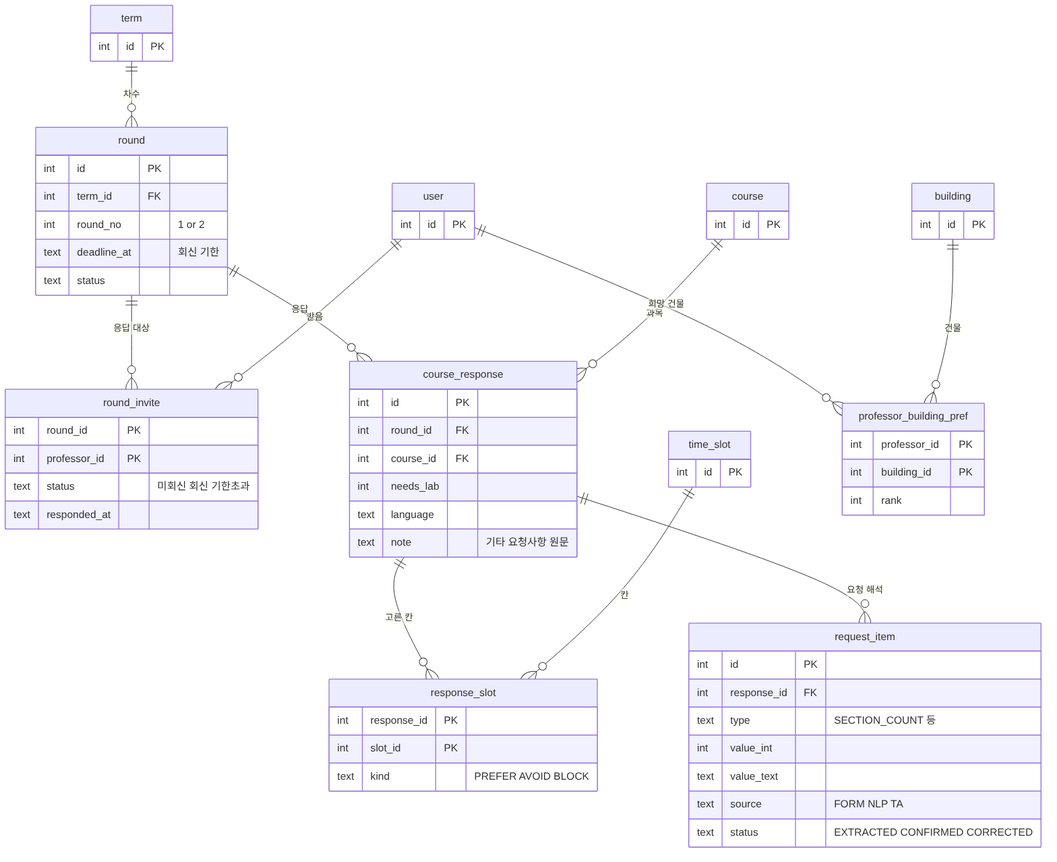
The Mermaid diagram db/docs/c2.png in NLPproject-ssuTeam12/ssu-room, before a commit. Its source is kept beside it as db/docs/c2.mmd.
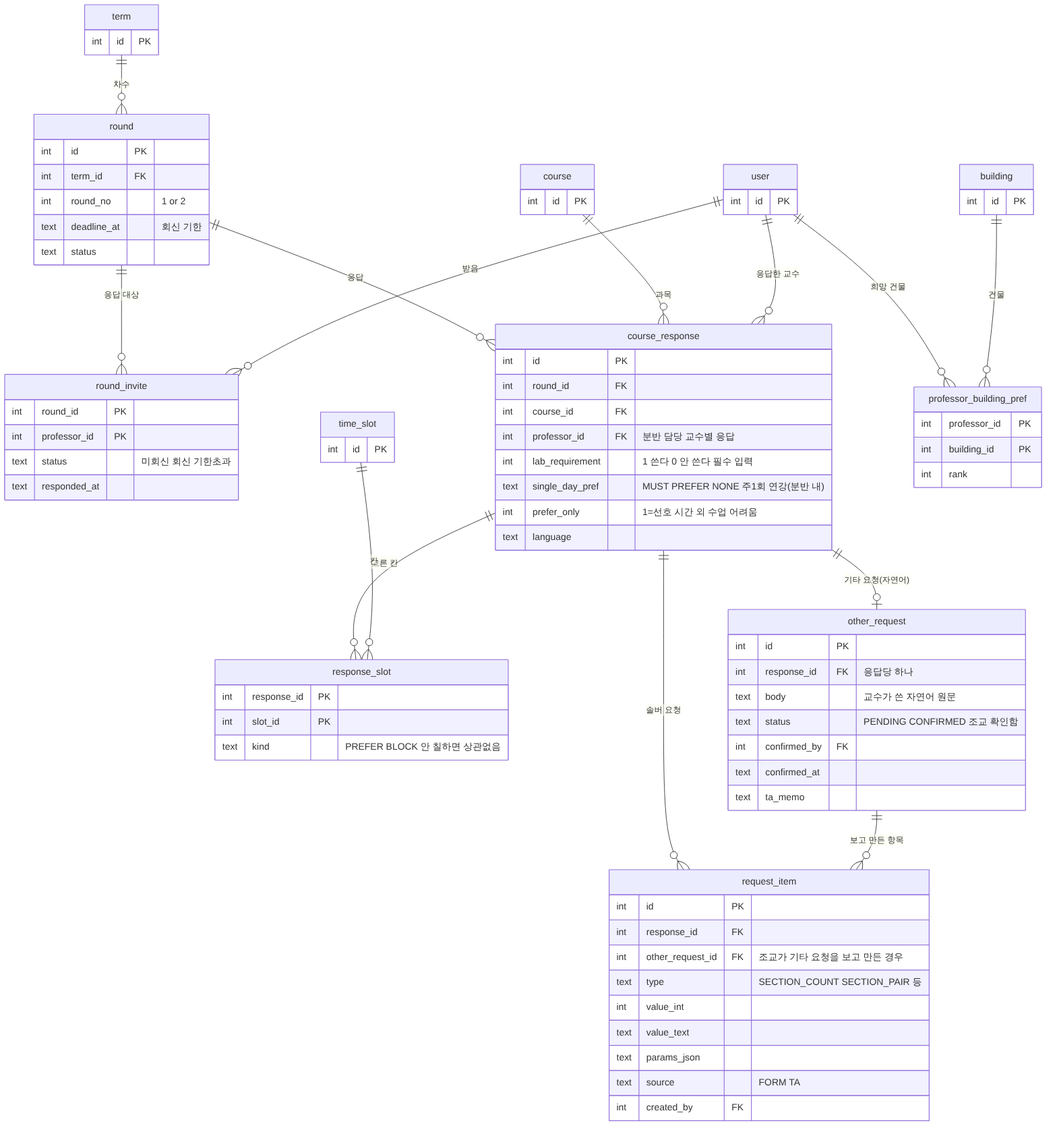
Above is the later version.

Change to the diagram source:
```diff
@@ -4,9 +4,12 @@
     user ||--o{ round_invite : "받음"
     round ||--o{ course_response : "응답"
     course ||--o{ course_response : "과목"
+    user ||--o{ course_response : "응답한 교수"
     course_response ||--o{ response_slot : "고른 칸"
     time_slot ||--o{ response_slot : "칸"
-    course_response ||--o{ request_item : "요청 해석"
+    course_response ||--o| other_request : "기타 요청(자연어)"
+    course_response ||--o{ request_item : "솔버 요청"
+    other_request ||--o{ request_item : "보고 만든 항목"
     user ||--o{ professor_building_pref : "희망 건물"
     building ||--o{ professor_building_pref : "건물"
     term { int id PK }
@@ -31,23 +34,36 @@
         int id PK
         int round_id FK
         int course_id FK
-        int needs_lab
+        int professor_id FK "분반 담당 교수별 응답"
+        int lab_requirement "1 쓴다 0 안 쓴다 필수 입력"
+        text single_day_pref "MUST PREFER NONE 주1회 연강(분반 내)"
+        int prefer_only "1=선호 시간 외 수업 어려움"
         text language
-        text note "기타 요청사항 원문"
     }
     response_slot {
         int response_id PK
         int slot_id PK
-        text kind "PREFER AVOID BLOCK"
+        text kind "PREFER BLOCK 안 칠하면 상관없음"
+    }
+    other_request {
+        int id PK
+        int response_id FK "응답당 하나"
+        text body "교수가 쓴 자연어 원문"
+        text status "PENDING CONFIRMED 조교 확인함"
+        int confirmed_by FK
+        text confirmed_at
+        text ta_memo
     }
     request_item {
         int id PK
         int response_id FK
-        text type "SECTION_COUNT 등"
+        int other_request_id FK "조교가 기타 요청을 보고 만든 경우"
+        text type "SECTION_COUNT SECTION_PAIR 등"
         int value_int
         text value_text
-        text source "FORM NLP TA"
-        text status "EXTRACTED CONFIRMED CORRECTED"
+        text params_json
+        text source "FORM TA"
+        int created_by FK
     }
     professor_building_pref {
         int professor_id PK
```
